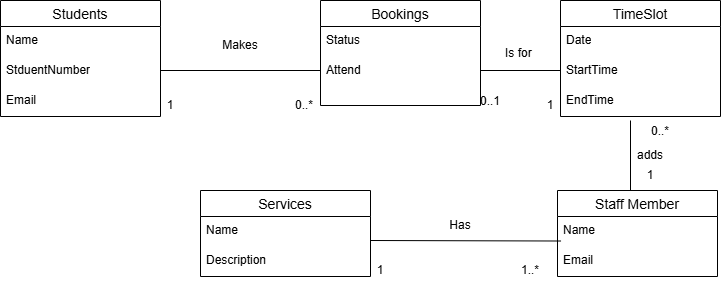
Before: project/diagrams/uml-class-diagram (1).png, a diagram exported from draw.io (erinbaftijarii05-cell/requirements-engineering-project). Source tidied: cells renumbered, new cells last; positions are measured from the earlier drawing's top-left corner, leaving out a move shared by most shapes.
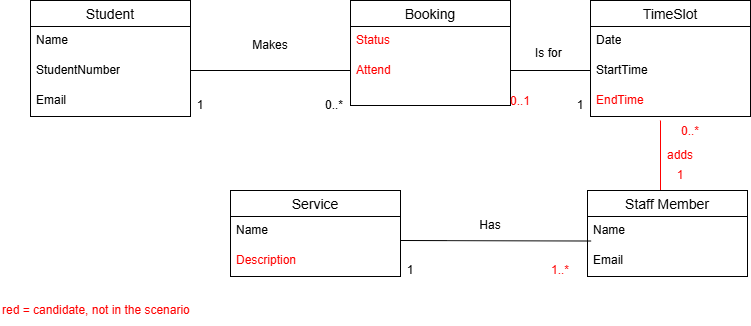
The same file after the commit.

Commit message:
marked candidate parts red on my diagrams

anything not in the scenario has to be marked candidate on the diagrams so i made them red and put a key on and fixed a few typos too and made the class names singular

Change to the diagram source:
```diff
@@ -2,25 +2,25 @@
   <root>
     <mxCell id="0" />
     <mxCell id="1" parent="0" />
-    <mxCell id="2" value="Students" style="swimlane;fontStyle=0;horizontal=1;startSize=26;align=center;fontSize=14;" parent="1" vertex="1">
+    <mxCell id="2" value="Student" style="swimlane;fontStyle=0;horizontal=1;startSize=26;align=center;fontSize=14;" parent="1" vertex="1">
       <mxGeometry width="160" height="116" as="geometry" />
     </mxCell>
     <mxCell id="3" value="Name" style="text;strokeColor=none;fillColor=none;spacingLeft=4;spacingRight=4;overflow=hidden;fontSize=12;whiteSpace=wrap;html=1;" parent="2" vertex="1">
       <mxGeometry y="26" width="160" height="30" as="geometry" />
     </mxCell>
-    <mxCell id="4" value="StduentNumber" style="text;strokeColor=none;fillColor=none;spacingLeft=4;spacingRight=4;overflow=hidden;fontSize=12;whiteSpace=wrap;html=1;" parent="2" vertex="1">
+    <mxCell id="4" value="StudentNumber" style="text;strokeColor=none;fillColor=none;spacingLeft=4;spacingRight=4;overflow=hidden;fontSize=12;whiteSpace=wrap;html=1;" parent="2" vertex="1">
       <mxGeometry y="56" width="160" height="30" as="geometry" />
     </mxCell>
     <mxCell id="5" value="Email" style="text;strokeColor=none;fillColor=none;spacingLeft=4;spacingRight=4;overflow=hidden;fontSize=12;whiteSpace=wrap;html=1;" parent="2" vertex="1">
       <mxGeometry y="86" width="160" height="30" as="geometry" />
     </mxCell>
-    <mxCell id="6" value="Bookings" style="swimlane;fontStyle=0;horizontal=1;startSize=26;align=center;fontSize=14;" parent="1" vertex="1">
+    <mxCell id="6" value="Booking" style="swimlane;fontStyle=0;horizontal=1;startSize=26;align=center;fontSize=14;" parent="1" vertex="1">
       <mxGeometry x="320" width="160" height="105" as="geometry" />
     </mxCell>
-    <mxCell id="7" value="Status" style="text;strokeColor=none;fillColor=none;spacingLeft=4;spacingRight=4;overflow=hidden;fontSize=12;whiteSpace=wrap;html=1;" parent="6" vertex="1">
+    <mxCell id="7" value="Status" style="text;strokeColor=none;fillColor=none;spacingLeft=4;spacingRight=4;overflow=hidden;fontSize=12;whiteSpace=wrap;html=1;fontColor=#FF0000;" parent="6" vertex="1">
       <mxGeometry y="26" width="160" height="30" as="geometry" />
     </mxCell>
-    <mxCell id="8" value="Attend" style="text;strokeColor=none;fillColor=none;spacingLeft=4;spacingRight=4;overflow=hidden;fontSize=12;whiteSpace=wrap;html=1;" parent="6" vertex="1">
+    <mxCell id="8" value="Attend" style="text;strokeColor=none;fillColor=none;spacingLeft=4;spacingRight=4;overflow=hidden;fontSize=12;whiteSpace=wrap;html=1;fontColor=#FF0000;" parent="6" vertex="1">
       <mxGeometry y="56" width="160" height="49" as="geometry" />
     </mxCell>
     <mxCell id="9" style="endArrow=none;html=1;rounded=0;defaultLabelBackgroundColor=gap;" parent="1" edge="1">
@@ -53,19 +53,19 @@
     <mxCell id="16" value="StartTime" style="text;strokeColor=none;fillColor=none;spacingLeft=4;spacingRight=4;overflow=hidden;fontSize=12;whiteSpace=wrap;html=1;" parent="14" vertex="1">
       <mxGeometry y="56" width="160" height="30" as="geometry" />
     </mxCell>
-    <mxCell id="17" value="EndTime" style="text;strokeColor=none;fillColor=none;spacingLeft=4;spacingRight=4;overflow=hidden;fontSize=12;whiteSpace=wrap;html=1;" parent="14" vertex="1">
+    <mxCell id="17" value="EndTime" style="text;strokeColor=none;fillColor=none;spacingLeft=4;spacingRight=4;overflow=hidden;fontSize=12;whiteSpace=wrap;html=1;fontColor=#FF0000;" parent="14" vertex="1">
       <mxGeometry y="86" width="160" height="30" as="geometry" />
     </mxCell>
     <mxCell id="18" value="Is for&amp;nbsp;" style="text;html=1;whiteSpace=wrap;strokeColor=none;fillColor=none;align=center;verticalAlign=middle;rounded=0;" parent="1" vertex="1">
       <mxGeometry x="490" y="37.5" width="60" height="30" as="geometry" />
     </mxCell>
-    <mxCell id="19" value="0..1" style="text;html=1;whiteSpace=wrap;strokeColor=none;fillColor=none;align=center;verticalAlign=middle;rounded=0;" parent="1" vertex="1">
+    <mxCell id="19" value="0..1" style="text;html=1;whiteSpace=wrap;strokeColor=none;fillColor=none;align=center;verticalAlign=middle;rounded=0;fontColor=#FF0000;" parent="1" vertex="1">
       <mxGeometry x="460" y="86" width="60" height="30" as="geometry" />
     </mxCell>
     <mxCell id="20" value="1" style="text;html=1;whiteSpace=wrap;strokeColor=none;fillColor=none;align=center;verticalAlign=middle;rounded=0;" parent="1" vertex="1">
       <mxGeometry x="520" y="90" width="60" height="30" as="geometry" />
     </mxCell>
-    <mxCell id="21" style="endArrow=none;html=1;rounded=0;defaultLabelBackgroundColor=gap;" parent="1" edge="1">
+    <mxCell id="21" style="endArrow=none;html=1;rounded=0;defaultLabelBackgroundColor=gap;strokeColor=#FF0000;" parent="1" edge="1">
       <mxGeometry relative="1" as="geometry">
         <mxPoint x="630" y="190" as="sourcePoint" />
         <mxPoint x="630" y="120" as="targetPoint" />
@@ -80,22 +80,22 @@
     <mxCell id="24" value="Email" style="text;strokeColor=none;fillColor=none;spacingLeft=4;spacingRight=4;overflow=hidden;fontSize=12;whiteSpace=wrap;html=1;" parent="22" vertex="1">
       <mxGeometry y="56" width="160" height="30" as="geometry" />
     </mxCell>
-    <mxCell id="25" value="0..*" style="text;html=1;whiteSpace=wrap;strokeColor=none;fillColor=none;align=center;verticalAlign=middle;rounded=0;" parent="1" vertex="1">
+    <mxCell id="25" value="0..*" style="text;html=1;whiteSpace=wrap;strokeColor=none;fillColor=none;align=center;verticalAlign=middle;rounded=0;fontColor=#FF0000;" parent="1" vertex="1">
       <mxGeometry x="630" y="116" width="60" height="30" as="geometry" />
     </mxCell>
-    <mxCell id="26" value="1" style="text;html=1;whiteSpace=wrap;strokeColor=none;fillColor=none;align=center;verticalAlign=middle;rounded=0;" parent="1" vertex="1">
+    <mxCell id="26" value="1" style="text;html=1;whiteSpace=wrap;strokeColor=none;fillColor=none;align=center;verticalAlign=middle;rounded=0;fontColor=#FF0000;" parent="1" vertex="1">
       <mxGeometry x="620" y="160" width="60" height="30" as="geometry" />
     </mxCell>
-    <mxCell id="27" value="adds" style="text;html=1;whiteSpace=wrap;strokeColor=none;fillColor=none;align=center;verticalAlign=middle;rounded=0;" parent="1" vertex="1">
+    <mxCell id="27" value="adds" style="text;html=1;whiteSpace=wrap;strokeColor=none;fillColor=none;align=center;verticalAlign=middle;rounded=0;fontColor=#FF0000;" parent="1" vertex="1">
       <mxGeometry x="620" y="140" width="60" height="30" as="geometry" />
     </mxCell>
-    <mxCell id="28" value="Services" style="swimlane;fontStyle=0;horizontal=1;startSize=26;align=center;fontSize=14;" parent="1" vertex="1">
+    <mxCell id="28" value="Service" style="swimlane;fontStyle=0;horizontal=1;startSize=26;align=center;fontSize=14;" parent="1" vertex="1">
       <mxGeometry x="200" y="190" width="170" height="86" as="geometry" />
     </mxCell>
     <mxCell id="29" value="Name" style="text;strokeColor=none;fillColor=none;spacingLeft=4;spacingRight=4;overflow=hidden;fontSize=12;whiteSpace=wrap;html=1;" parent="28" vertex="1">
       <mxGeometry y="26" width="170" height="30" as="geometry" />
     </mxCell>
-    <mxCell id="30" value="Description" style="text;strokeColor=none;fillColor=none;spacingLeft=4;spacingRight=4;overflow=hidden;fontSize=12;whiteSpace=wrap;html=1;" parent="28" vertex="1">
+    <mxCell id="30" value="Description" style="text;strokeColor=none;fillColor=none;spacingLeft=4;spacingRight=4;overflow=hidden;fontSize=12;whiteSpace=wrap;html=1;fontColor=#FF0000;" parent="28" vertex="1">
       <mxGeometry y="56" width="170" height="30" as="geometry" />
     </mxCell>
     <mxCell id="31" style="endArrow=none;html=1;rounded=0;defaultLabelBackgroundColor=gap;entryX=0.022;entryY=0.817;entryDx=0;entryDy=0;entryPerimeter=0;" parent="1" edge="1" target="23">
@@ -109,8 +109,11 @@
     <mxCell id="33" value="1" style="text;html=1;whiteSpace=wrap;strokeColor=none;fillColor=none;align=center;verticalAlign=middle;rounded=0;" parent="1" vertex="1">
       <mxGeometry x="350" y="255" width="60" height="30" as="geometry" />
     </mxCell>
-    <mxCell id="34" value="1..*" style="text;html=1;whiteSpace=wrap;strokeColor=none;fillColor=none;align=center;verticalAlign=middle;rounded=0;" parent="1" vertex="1">
+    <mxCell id="34" value="1..*" style="text;html=1;whiteSpace=wrap;strokeColor=none;fillColor=none;align=center;verticalAlign=middle;rounded=0;fontColor=#FF0000;" parent="1" vertex="1">
       <mxGeometry x="500" y="255" width="60" height="30" as="geometry" />
     </mxCell>
+    <mxCell id="35" value="red = candidate, not in the scenario" style="text;html=1;strokeColor=none;fillColor=none;align=left;verticalAlign=middle;fontColor=#FF0000;" parent="1" vertex="1">
+      <mxGeometry x="-30" y="295" width="260" height="30" as="geometry" />
+    </mxCell>
   </root>
 </mxGraphModel>
```
